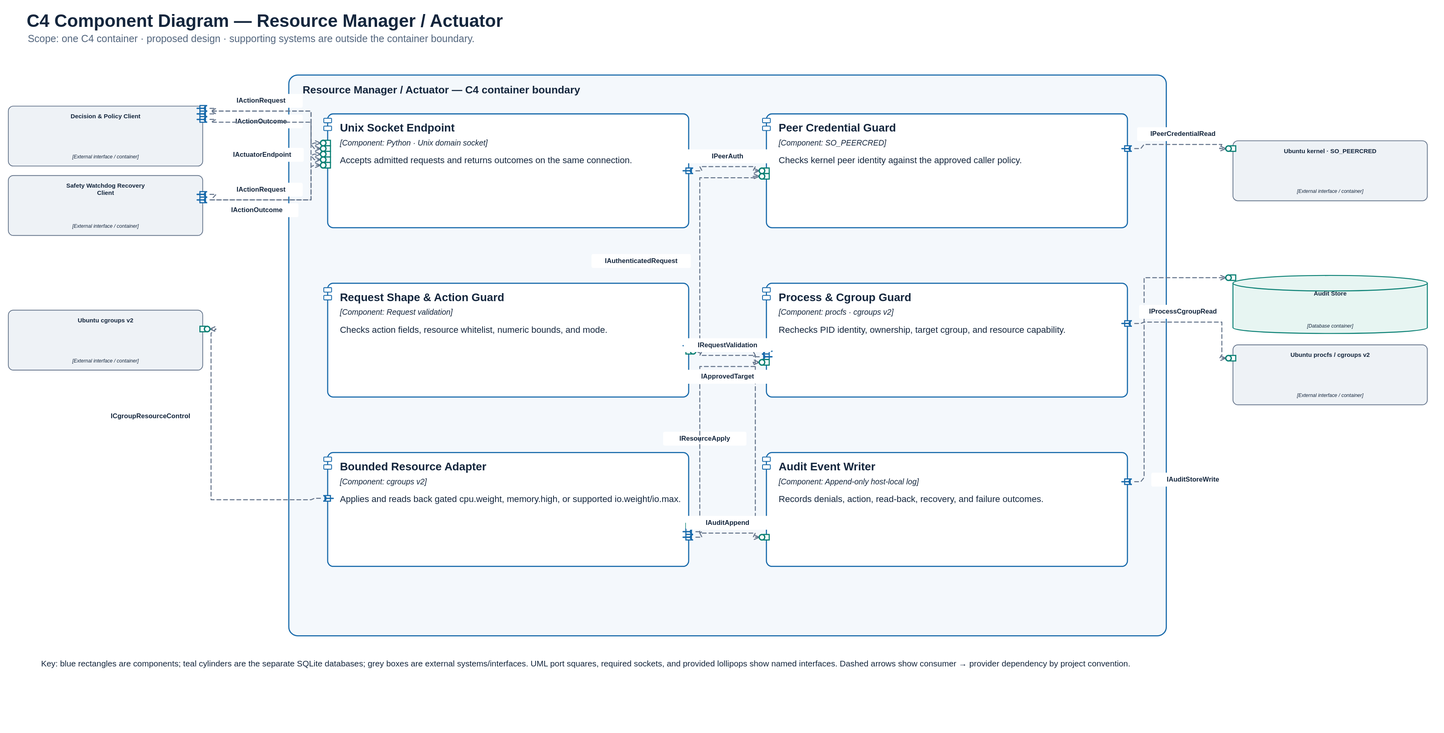
The PlantUML diagram documentation/architecture/c4/03_c4_actuator_components.svg in Ammar-M-Eid/AIOS, before a commit. Its source is kept beside it as documentation/architecture/c4/03_c4_actuator_components.puml. Source of this version:
```plantuml
@startuml
!include <C4/C4_Component>
skinparam componentStyle uml1
title C4 Component Diagram — Resource Manager / Actuator
LAYOUT_LEFT_RIGHT()
AddRelTag("dashed", $lineStyle=DashedLine())
Container_Boundary(scope, "Resource Manager / Actuator") {
  Component(C1, "Unix Socket Endpoint", "Python · Unix domain socket", "Accepts admitted requests and returns outcomes on the same connection.")
  Component(C2, "Peer Credential Guard", "SO_PEERCRED", "Checks kernel peer identity against the approved caller policy.")
  Component(C3, "Request Shape & Action Guard", "Request validation", "Checks action fields, resource whitelist, numeric bounds, and mode.")
  Component(C4, "Process & Cgroup Guard", "procfs · cgroups v2", "Rechecks PID identity, ownership, target cgroup, and resource capability.")
  Component(C5, "Bounded Resource Adapter", "cgroups v2", "Applies and reads back gated cpu.weight, memory.high, or supported io.weight/io.max.")
  Component(C6, "Audit Event Writer", "Append-only host-local log", "Records denials, action, read-back, recovery, and failure outcomes.")
}
Container_Ext(S1, "Decision & Policy Client", "Supporting service", "Directly connected container outside the scope")
Container_Ext(S2, "Safety Watchdog Recovery Client", "Supporting service", "Directly connected container outside the scope")
ContainerDb_Ext(S3, "Audit Store", "SQLite · separate local database", "Proposed persistent data store outside this scoped container")
System_Ext(S4, "Ubuntu kernel · SO_PEERCRED", "Host-provided Linux interface")
System_Ext(S5, "Ubuntu procfs / cgroups v2", "Host-provided Linux interface")
System_Ext(S6, "Ubuntu cgroups v2", "Host-provided Linux interface")
Rel(S1, C1, "IActionRequest", "Named local interface", $tags="dashed")
Rel(S1, C1, "IActionOutcome", "Named local interface", $tags="dashed")
Rel(S1, C1, "IActuatorEndpoint", "Named local interface", $tags="dashed")
Rel(S2, C1, "IActionRequest", "Named local interface", $tags="dashed")
Rel(S2, C1, "IActionOutcome", "Named local interface", $tags="dashed")
Rel(C1, C2, "IPeerAuth", "Named local interface", $tags="dashed")
Rel(C3, C2, "IAuthenticatedRequest", "Named local interface", $tags="dashed")
Rel(C4, C3, "IRequestValidation", "Named local interface", $tags="dashed")
Rel(C4, C5, "IResourceApply", "Named local interface", $tags="dashed")
Rel(C5, C4, "IApprovedTarget", "Named local interface", $tags="dashed")
Rel(C5, C6, "IAuditAppend", "Named local interface", $tags="dashed")
Rel(C6, S3, "IAuditStoreWrite", "Named local interface", $tags="dashed")
Rel(C2, S4, "IPeerCredentialRead", "Named local interface", $tags="dashed")
Rel(C4, S5, "IProcessCgroupRead", "Named local interface", $tags="dashed")
Rel(C5, S6, "ICgroupResourceControl", "Named local interface", $tags="dashed")
note bottom
This editable source uses C4 element and relationship macros. The synchronized SVG/PDF/PNG/JPG rendering adds the requested UML1 component tabs, square ports, required sockets, and provided lollipops. Dashed dependency arrows are the project convention.
end note
SHOW_LEGEND()
@enduml
```
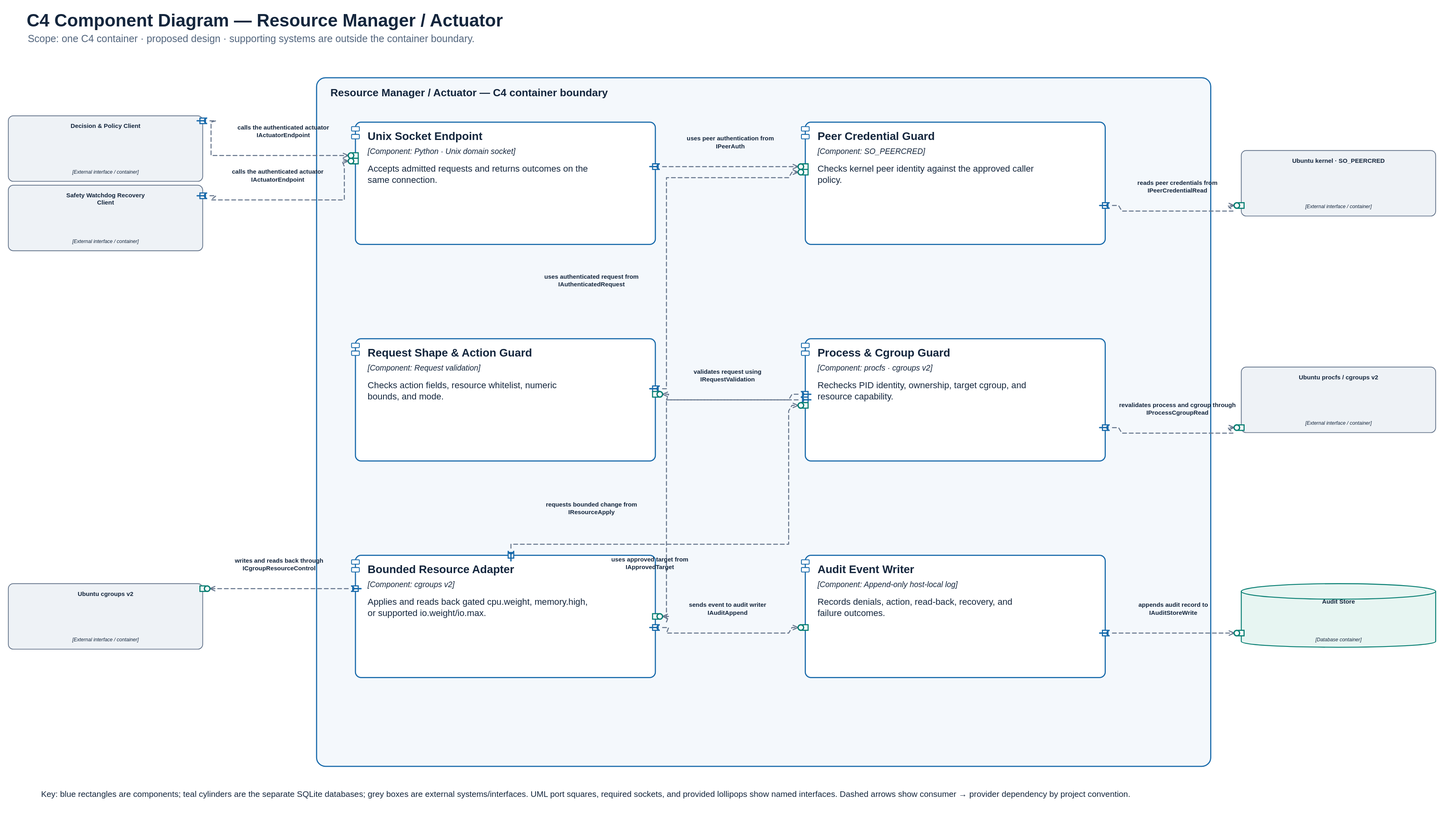
After the change.

Diff of the diagram source:
```diff
@@ -18,21 +18,18 @@
 System_Ext(S4, "Ubuntu kernel · SO_PEERCRED", "Host-provided Linux interface")
 System_Ext(S5, "Ubuntu procfs / cgroups v2", "Host-provided Linux interface")
 System_Ext(S6, "Ubuntu cgroups v2", "Host-provided Linux interface")
-Rel(S1, C1, "IActionRequest", "Named local interface", $tags="dashed")
-Rel(S1, C1, "IActionOutcome", "Named local interface", $tags="dashed")
-Rel(S1, C1, "IActuatorEndpoint", "Named local interface", $tags="dashed")
-Rel(S2, C1, "IActionRequest", "Named local interface", $tags="dashed")
-Rel(S2, C1, "IActionOutcome", "Named local interface", $tags="dashed")
-Rel(C1, C2, "IPeerAuth", "Named local interface", $tags="dashed")
-Rel(C3, C2, "IAuthenticatedRequest", "Named local interface", $tags="dashed")
-Rel(C4, C3, "IRequestValidation", "Named local interface", $tags="dashed")
-Rel(C4, C5, "IResourceApply", "Named local interface", $tags="dashed")
-Rel(C5, C4, "IApprovedTarget", "Named local interface", $tags="dashed")
-Rel(C5, C6, "IAuditAppend", "Named local interface", $tags="dashed")
-Rel(C6, S3, "IAuditStoreWrite", "Named local interface", $tags="dashed")
-Rel(C2, S4, "IPeerCredentialRead", "Named local interface", $tags="dashed")
-Rel(C4, S5, "IProcessCgroupRead", "Named local interface", $tags="dashed")
-Rel(C5, S6, "ICgroupResourceControl", "Named local interface", $tags="dashed")
+Rel(S1, C1, "calls the authenticated actuator", "IActuatorEndpoint", $tags="dashed")
+Rel(S2, C1, "calls the authenticated actuator", "IActuatorEndpoint", $tags="dashed")
+Rel(C1, C2, "uses peer authentication from", "IPeerAuth", $tags="dashed")
+Rel(C3, C2, "uses authenticated request from", "IAuthenticatedRequest", $tags="dashed")
+Rel(C4, C3, "validates request using", "IRequestValidation", $tags="dashed")
+Rel(C4, C5, "requests bounded change from", "IResourceApply", $tags="dashed")
+Rel(C5, C4, "uses approved target from", "IApprovedTarget", $tags="dashed")
+Rel(C5, C6, "sends event to audit writer", "IAuditAppend", $tags="dashed")
+Rel(C6, S3, "appends audit record to", "IAuditStoreWrite", $tags="dashed")
+Rel(C2, S4, "reads peer credentials from", "IPeerCredentialRead", $tags="dashed")
+Rel(C4, S5, "revalidates process and cgroup through", "IProcessCgroupRead", $tags="dashed")
+Rel(C5, S6, "writes and reads back through", "ICgroupResourceControl", $tags="dashed")
 note bottom
 This editable source uses C4 element and relationship macros. The synchronized SVG/PDF/PNG/JPG rendering adds the requested UML1 component tabs, square ports, required sockets, and provided lollipops. Dashed dependency arrows are the project convention.
 end note
```
